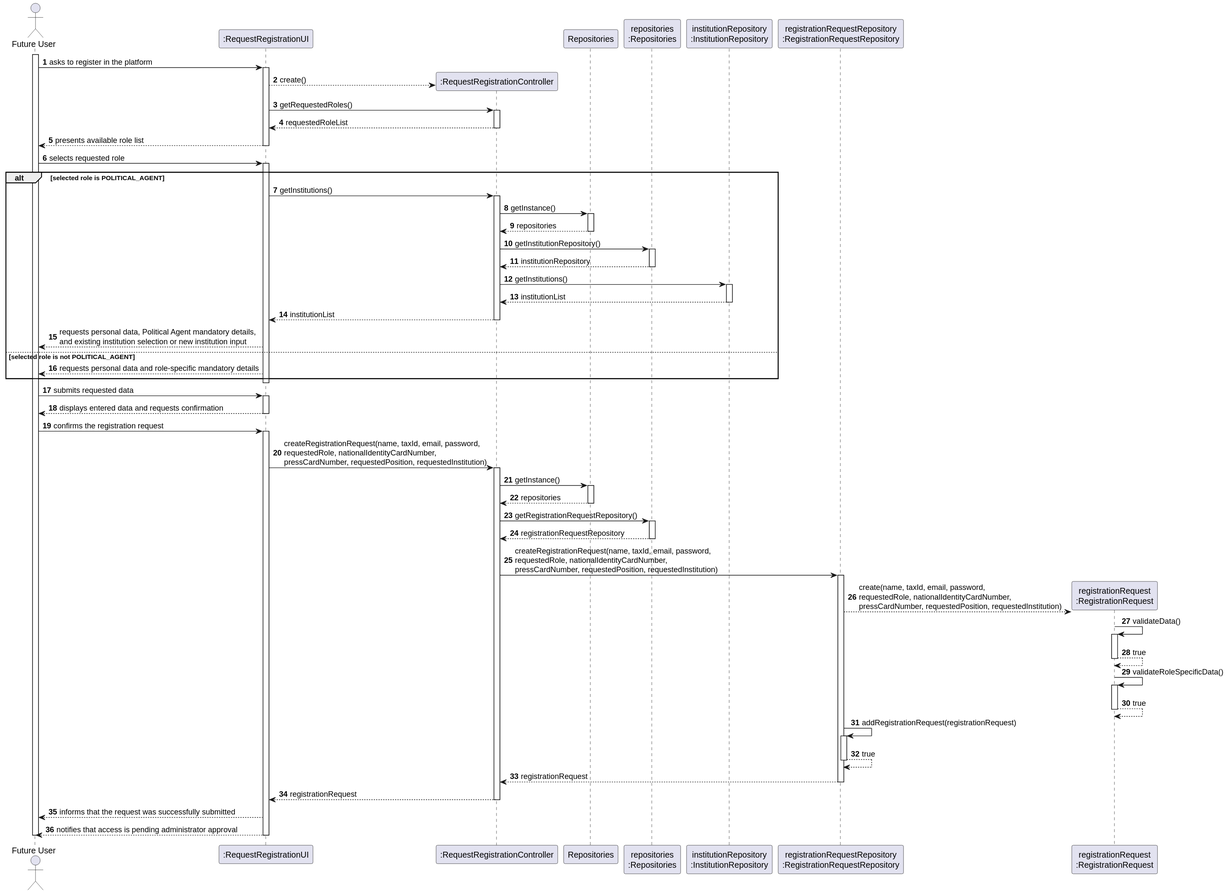
Departamento-de-Engenharia-Informatica/sem2-pi-25-26-g096-repo keeps this PlantUML diagram as docs/system-documentation/US01/03.design/svg/US01-SD-full.svg. Above is the earlier version. Its diagram source:
```plantuml
@startuml
skinparam packageStyle rectangle
skinparam shadowing false

autonumber

actor "Future User" as FUTURE_USER

participant ":RequestRegistrationUI" as UI
participant ":RequestRegistrationController" as CTRL
participant "Repositories" as REPOS
participant "repositories\n:Repositories" as REPOS_SINGLETON
participant "institutionRepository\n:InstitutionRepository" as INST_REPO
participant "registrationRequestRepository\n:RegistrationRequestRepository" as REQ_REPO
participant "registrationRequest\n:RegistrationRequest" as REQ

activate FUTURE_USER

    FUTURE_USER -> UI : asks to register in the platform
    activate UI
        UI --> CTRL** : create()

        UI -> CTRL : getRequestedRoles()
        activate CTRL
            CTRL --> UI : requestedRoleList
        deactivate CTRL

        UI --> FUTURE_USER : presents available role list
    deactivate UI

    FUTURE_USER -> UI : selects requested role
    activate UI

        alt selected role is POLITICAL_AGENT

            UI -> CTRL : getInstitutions()
            activate CTRL
                CTRL -> REPOS : getInstance()
                activate REPOS
                    REPOS --> CTRL : repositories
                deactivate REPOS

                CTRL -> REPOS_SINGLETON : getInstitutionRepository()
                activate REPOS_SINGLETON
                    REPOS_SINGLETON --> CTRL : institutionRepository
                deactivate REPOS_SINGLETON

                CTRL -> INST_REPO : getInstitutions()
                activate INST_REPO
                    INST_REPO --> CTRL : institutionList
                deactivate INST_REPO

                CTRL --> UI : institutionList
            deactivate CTRL

            UI --> FUTURE_USER : requests personal data, Political Agent mandatory details,\nand existing institution selection or new institution input

        else selected role is not POLITICAL_AGENT

            UI --> FUTURE_USER : requests personal data and role-specific mandatory details

        end

    deactivate UI

    FUTURE_USER -> UI : submits requested data
    activate UI
        UI --> FUTURE_USER : displays entered data and requests confirmation
    deactivate UI

    FUTURE_USER -> UI : confirms the registration request
    activate UI
        UI -> CTRL : createRegistrationRequest(name, taxId, email, password,\nrequestedRole, nationalIdentityCardNumber,\npressCardNumber, requestedPosition, requestedInstitution)
        activate CTRL

            CTRL -> REPOS : getInstance()
            activate REPOS
                REPOS --> CTRL : repositories
            deactivate REPOS

            CTRL -> REPOS_SINGLETON : getRegistrationRequestRepository()
            activate REPOS_SINGLETON
                REPOS_SINGLETON --> CTRL : registrationRequestRepository
            deactivate REPOS_SINGLETON

            CTRL -> REQ_REPO : createRegistrationRequest(name, taxId, email, password,\nrequestedRole, nationalIdentityCardNumber,\npressCardNumber, requestedPosition, requestedInstitution)
            activate REQ_REPO

                REQ_REPO --> REQ** : create(name, taxId, email, password,\nrequestedRole, nationalIdentityCardNumber,\npressCardNumber, requestedPosition, requestedInstitution)

                REQ -> REQ : validateData()
                activate REQ
                    REQ --> REQ : true
                deactivate REQ

                REQ -> REQ : validateRoleSpecificData()
                activate REQ
                    REQ --> REQ : true
                deactivate REQ

                REQ_REPO -> REQ_REPO : addRegistrationRequest(registrationRequest)
                activate REQ_REPO
                    REQ_REPO --> REQ_REPO : true
                deactivate REQ_REPO

                REQ_REPO --> CTRL : registrationRequest
            deactivate REQ_REPO

            CTRL --> UI : registrationRequest
        deactivate CTRL

        UI --> FUTURE_USER : informs that the request was successfully submitted
        UI --> FUTURE_USER : notifies that access is pending administrator approval
    deactivate UI

deactivate FUTURE_USER
@enduml
```
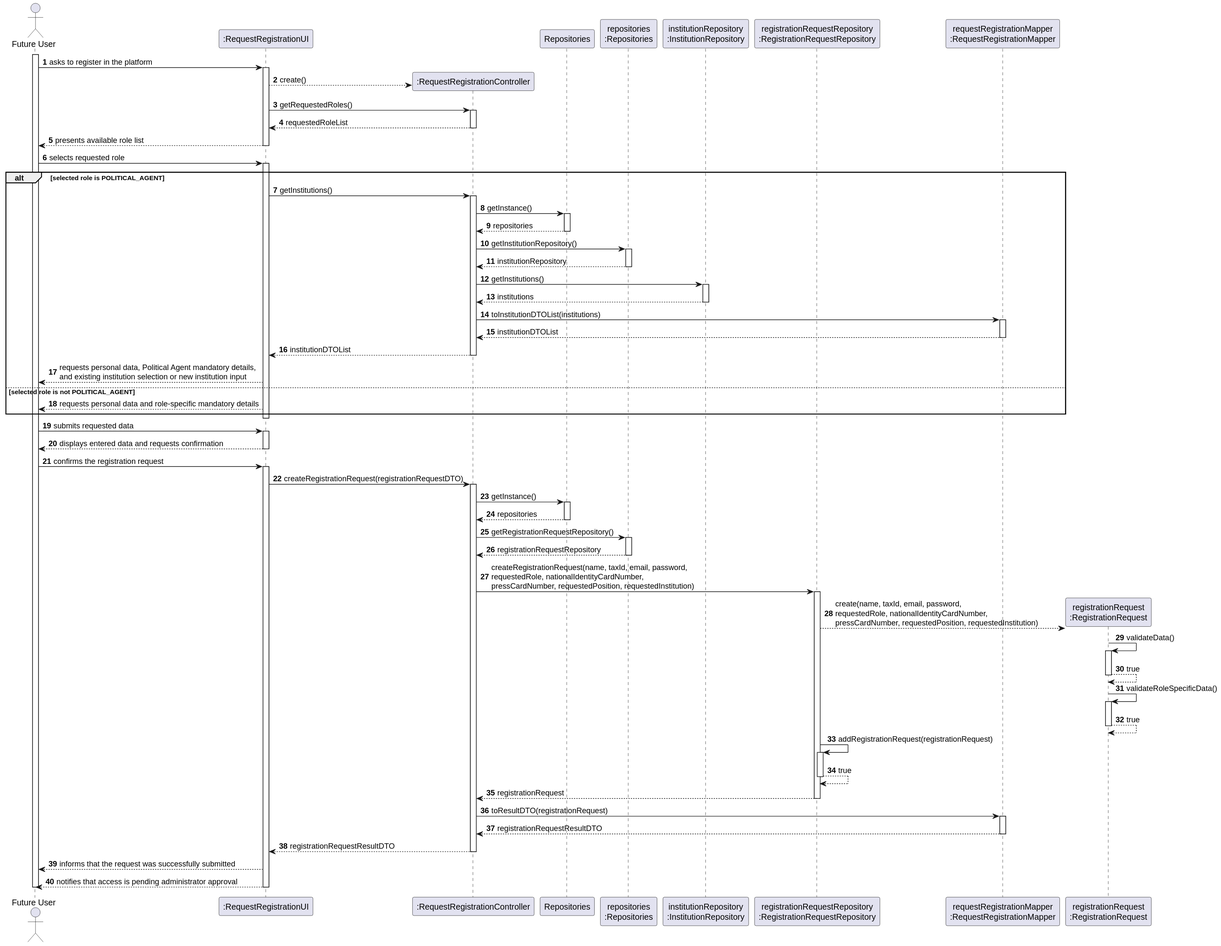
The same diagram one commit later.

Change to the diagram source:
```diff
@@ -12,6 +12,7 @@
 participant "repositories\n:Repositories" as REPOS_SINGLETON
 participant "institutionRepository\n:InstitutionRepository" as INST_REPO
 participant "registrationRequestRepository\n:RegistrationRequestRepository" as REQ_REPO
+participant "requestRegistrationMapper\n:RequestRegistrationMapper" as MAPPER
 participant "registrationRequest\n:RegistrationRequest" as REQ
 
 activate FUTURE_USER
@@ -47,10 +48,15 @@
 
                 CTRL -> INST_REPO : getInstitutions()
                 activate INST_REPO
-                    INST_REPO --> CTRL : institutionList
+                    INST_REPO --> CTRL : institutions
                 deactivate INST_REPO
 
-                CTRL --> UI : institutionList
+                CTRL -> MAPPER : toInstitutionDTOList(institutions)
+                activate MAPPER
+                    MAPPER --> CTRL : institutionDTOList
+                deactivate MAPPER
+
+                CTRL --> UI : institutionDTOList
             deactivate CTRL
 
             UI --> FUTURE_USER : requests personal data, Political Agent mandatory details,\nand existing institution selection or new institution input
@@ -70,7 +76,7 @@
 
     FUTURE_USER -> UI : confirms the registration request
     activate UI
-        UI -> CTRL : createRegistrationRequest(name, taxId, email, password,\nrequestedRole, nationalIdentityCardNumber,\npressCardNumber, requestedPosition, requestedInstitution)
+        UI -> CTRL : createRegistrationRequest(registrationRequestDTO)
         activate CTRL
 
             CTRL -> REPOS : getInstance()
@@ -106,7 +112,12 @@
                 REQ_REPO --> CTRL : registrationRequest
             deactivate REQ_REPO
 
-            CTRL --> UI : registrationRequest
+            CTRL -> MAPPER : toResultDTO(registrationRequest)
+            activate MAPPER
+                MAPPER --> CTRL : registrationRequestResultDTO
+            deactivate MAPPER
+
+            CTRL --> UI : registrationRequestResultDTO
         deactivate CTRL
 
         UI --> FUTURE_USER : informs that the request was successfully submitted
```
